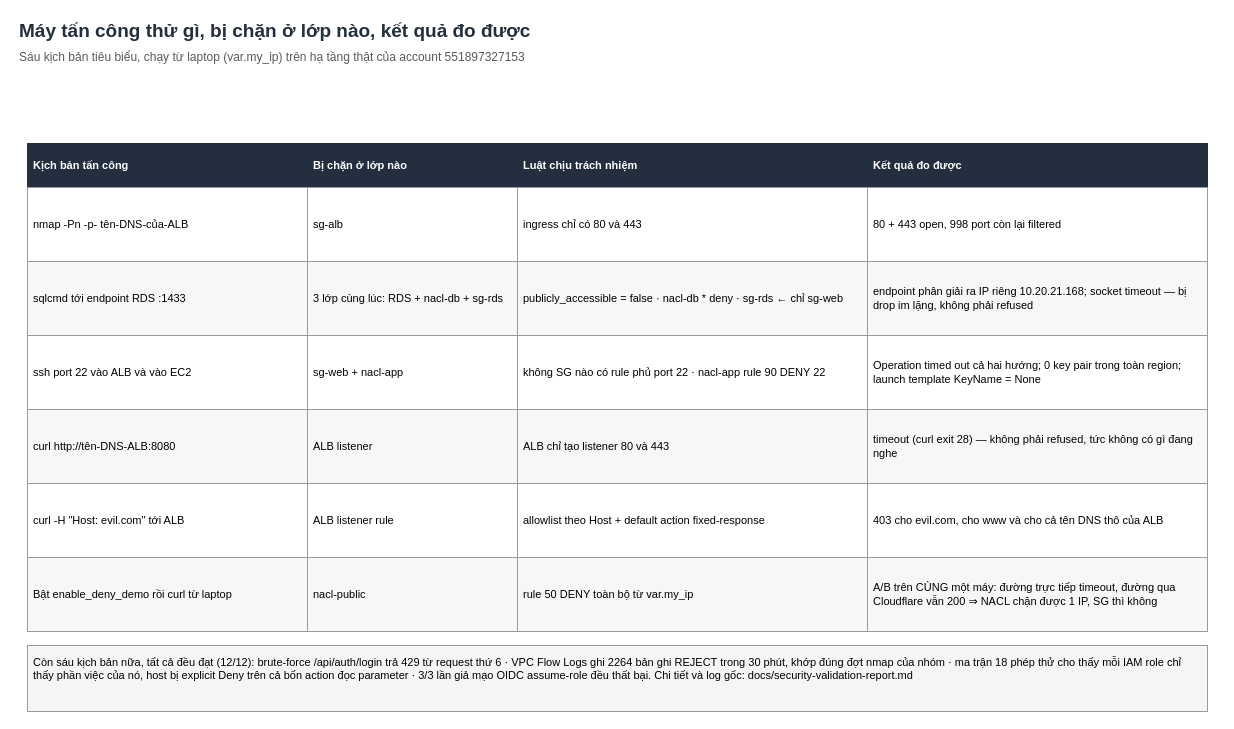
Above: page "3 — Các luật đã chặn tấn công ở đâu" (3 of 3) of docs/diagrams/hushstore-aws-don-gian.drawio in Elmira-Athena/PBL3 (draw.io), before the change. Source tidied: cells renumbered, new cells numbered last; positions are measured from the earlier drawing's top-left corner, leaving out a move shared by most shapes. Both pictures are drawn from the tidied source at 100%, with x=0, y=0 at pixel (17, 17).
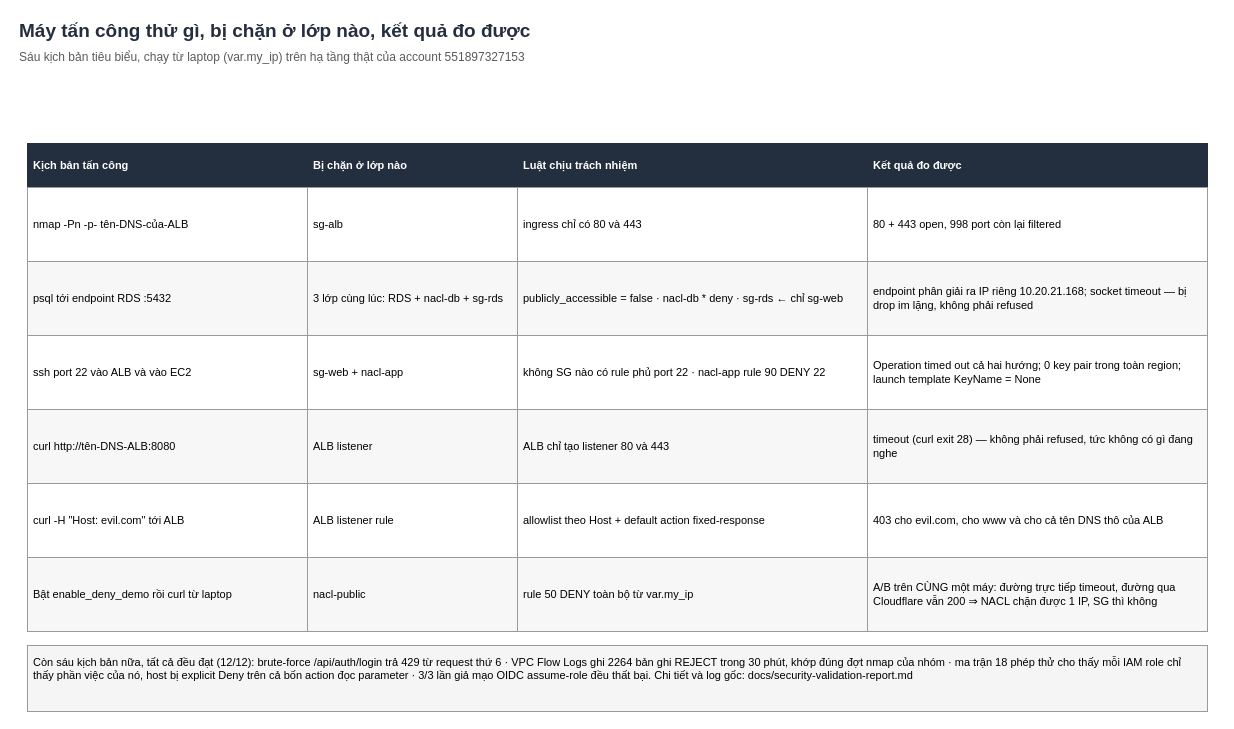
After the change.

Change to the diagram source:
```diff
@@
-    <mxCell id="12" value="sqlcmd tới endpoint RDS :1433" style="rounded=0;whiteSpace=wrap;html=1;fillColor=#F7F7F7;strokeColor=#9A9A9A;align=left;verticalAlign=middle;fontSize=11;spacing=6;" parent="1" vertex="1">
+    <mxCell id="12" value="psql tới endpoint RDS :5432" style="rounded=0;whiteSpace=wrap;html=1;fillColor=#F7F7F7;strokeColor=#9A9A9A;align=left;verticalAlign=middle;fontSize=11;spacing=6;" parent="1" vertex="1">
       <mxGeometry x="10" y="244" width="280" height="74" as="geometry" />
     </mxCell>
```
